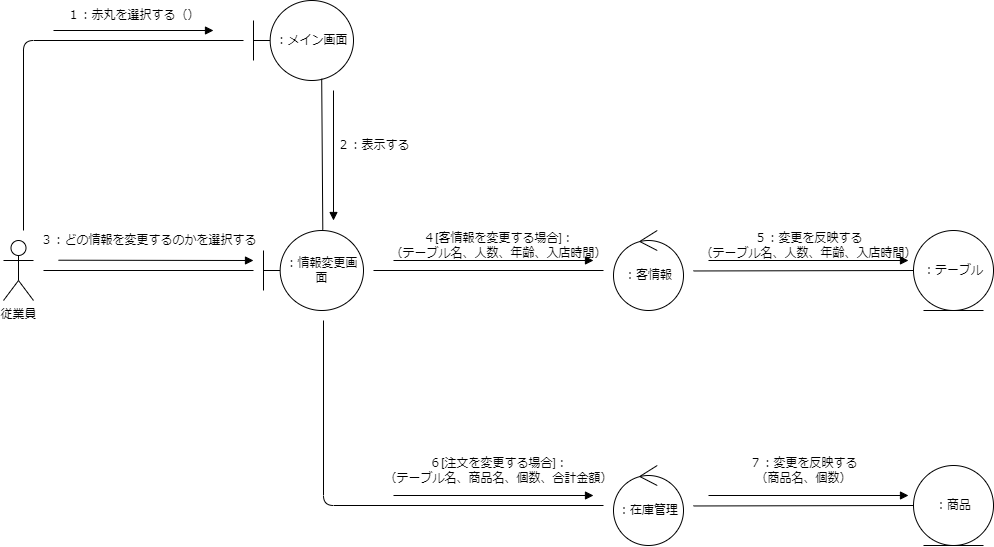
MasakiHiguchi/--- keeps this draw.io diagram as psp4/コミュニケーション図/コミュニケーション図_情報変更.drawio.png. Above is the earlier version. Source tidied: cells renumbered, new cells last; positions are measured from the earlier drawing's top-left corner, leaving out a move shared by most shapes. Source of this version:
```xml
<mxGraphModel>
  <root>
    <mxCell id="0" />
    <mxCell id="1" parent="0" />
    <mxCell id="2" style="edgeStyle=none;html=1;endArrow=none;endFill=0;" parent="1" edge="1">
      <mxGeometry relative="1" as="geometry">
        <mxPoint x="20" y="230" as="sourcePoint" />
        <mxPoint x="240" y="40" as="targetPoint" />
        <Array as="points">
          <mxPoint x="20" y="40" />
        </Array>
      </mxGeometry>
    </mxCell>
    <mxCell id="3" style="edgeStyle=none;html=1;endArrow=none;endFill=0;" parent="1" edge="1">
      <mxGeometry relative="1" as="geometry">
        <mxPoint x="40" y="270" as="sourcePoint" />
        <mxPoint x="250" y="270" as="targetPoint" />
      </mxGeometry>
    </mxCell>
    <mxCell id="4" value="従業員" style="shape=umlActor;verticalLabelPosition=bottom;verticalAlign=top;html=1;" parent="1" vertex="1">
      <mxGeometry y="240" width="30" height="60" as="geometry" />
    </mxCell>
    <mxCell id="5" value="：メイン画面" style="shape=umlBoundary;whiteSpace=wrap;html=1;" parent="1" vertex="1">
      <mxGeometry x="250" width="100" height="80" as="geometry" />
    </mxCell>
    <mxCell id="6" value="：客情報" style="ellipse;shape=umlControl;whiteSpace=wrap;html=1;" parent="1" vertex="1">
      <mxGeometry x="610" y="230" width="70" height="80" as="geometry" />
    </mxCell>
    <mxCell id="7" style="edgeStyle=none;html=1;exitX=0;exitY=0.5;exitDx=0;exitDy=0;endArrow=none;endFill=0;" parent="1" edge="1" source="8">
      <mxGeometry relative="1" as="geometry">
        <mxPoint x="690" y="270.5" as="targetPoint" />
      </mxGeometry>
    </mxCell>
    <mxCell id="8" value="：テーブル" style="ellipse;shape=umlEntity;whiteSpace=wrap;html=1;" parent="1" vertex="1">
      <mxGeometry x="910" y="230" width="80" height="80" as="geometry" />
    </mxCell>
    <mxCell id="9" value="１：赤丸を選択する（）" style="text;html=1;align=center;verticalAlign=middle;strokeColor=none;fillColor=none;" parent="1" vertex="1">
      <mxGeometry x="50" width="160" height="30" as="geometry" />
    </mxCell>
    <mxCell id="10" value="：情報変更画面" style="shape=umlBoundary;whiteSpace=wrap;html=1;" parent="1" vertex="1">
      <mxGeometry x="260" y="230" width="100" height="80" as="geometry" />
    </mxCell>
    <mxCell id="11" style="edgeStyle=none;html=1;endArrow=none;endFill=0;exitX=0.682;exitY=0.977;exitDx=0;exitDy=0;exitPerimeter=0;entryX=0.593;entryY=-0.009;entryDx=0;entryDy=0;entryPerimeter=0;" parent="1" edge="1" source="5" target="10">
      <mxGeometry relative="1" as="geometry" />
    </mxCell>
    <mxCell id="12" style="endArrow=block;html=1;endFill=1;" parent="1" edge="1">
      <mxGeometry relative="1" as="geometry">
        <mxPoint x="50" y="30" as="sourcePoint" />
        <mxPoint x="210" y="30" as="targetPoint" />
      </mxGeometry>
    </mxCell>
    <mxCell id="13" style="endArrow=block;html=1;endFill=1;" parent="1" edge="1">
      <mxGeometry relative="1" as="geometry">
        <mxPoint x="330" y="90" as="sourcePoint" />
        <mxPoint x="330" y="220" as="targetPoint" />
      </mxGeometry>
    </mxCell>
    <mxCell id="14" value="２：表示する" style="text;html=1;align=center;verticalAlign=middle;strokeColor=none;fillColor=none;" parent="1" vertex="1">
      <mxGeometry x="320" y="130" width="100" height="30" as="geometry" />
    </mxCell>
    <mxCell id="15" value="３：どの情報を変更するのかを選択する" style="text;html=1;align=center;verticalAlign=middle;strokeColor=none;fillColor=none;" parent="1" vertex="1">
      <mxGeometry x="25" y="225" width="240" height="30" as="geometry" />
    </mxCell>
    <mxCell id="16" style="endArrow=block;html=1;endFill=1;" parent="1" edge="1">
      <mxGeometry relative="1" as="geometry">
        <mxPoint x="55" y="259.7" as="sourcePoint" />
        <mxPoint x="250" y="260" as="targetPoint" />
      </mxGeometry>
    </mxCell>
    <mxCell id="17" style="edgeStyle=none;html=1;endArrow=none;endFill=0;" parent="1" edge="1">
      <mxGeometry relative="1" as="geometry">
        <mxPoint x="370" y="270" as="sourcePoint" />
        <mxPoint x="600" y="270" as="targetPoint" />
      </mxGeometry>
    </mxCell>
    <mxCell id="18" style="endArrow=block;html=1;endFill=1;" parent="1" edge="1">
      <mxGeometry relative="1" as="geometry">
        <mxPoint x="390" y="260" as="sourcePoint" />
        <mxPoint x="590" y="260" as="targetPoint" />
      </mxGeometry>
    </mxCell>
    <mxCell id="19" value="４[客情報を変更する場合]：&lt;br&gt;（テーブル名、人数、年齢、入店時間）" style="text;html=1;align=center;verticalAlign=middle;strokeColor=none;fillColor=none;" parent="1" vertex="1">
      <mxGeometry x="375" y="225" width="240" height="40" as="geometry" />
    </mxCell>
    <mxCell id="20" value="５：変更を反映する&lt;br&gt;（テーブル名、人数、年齢、入店時間）" style="text;html=1;align=center;verticalAlign=middle;strokeColor=none;fillColor=none;" parent="1" vertex="1">
      <mxGeometry x="685" y="225" width="240" height="40" as="geometry" />
    </mxCell>
    <mxCell id="21" style="endArrow=block;html=1;endFill=1;" parent="1" edge="1">
      <mxGeometry relative="1" as="geometry">
        <mxPoint x="705" y="260" as="sourcePoint" />
        <mxPoint x="905" y="260" as="targetPoint" />
      </mxGeometry>
    </mxCell>
    <mxCell id="22" value="：在庫管理" style="ellipse;shape=umlControl;whiteSpace=wrap;html=1;" parent="1" vertex="1">
      <mxGeometry x="610" y="465" width="70" height="80" as="geometry" />
    </mxCell>
    <mxCell id="23" style="edgeStyle=none;html=1;exitX=0;exitY=0.5;exitDx=0;exitDy=0;endArrow=none;endFill=0;" parent="1" edge="1" source="24">
      <mxGeometry relative="1" as="geometry">
        <mxPoint x="690" y="505.5" as="targetPoint" />
      </mxGeometry>
    </mxCell>
    <mxCell id="24" value="：商品" style="ellipse;shape=umlEntity;whiteSpace=wrap;html=1;" parent="1" vertex="1">
      <mxGeometry x="910" y="465" width="80" height="80" as="geometry" />
    </mxCell>
    <mxCell id="25" style="edgeStyle=none;html=1;endArrow=none;endFill=0;" parent="1" edge="1">
      <mxGeometry relative="1" as="geometry">
        <mxPoint x="320" y="320" as="sourcePoint" />
        <mxPoint x="600" y="505" as="targetPoint" />
        <Array as="points">
          <mxPoint x="320" y="505" />
        </Array>
      </mxGeometry>
    </mxCell>
    <mxCell id="26" style="endArrow=block;html=1;endFill=1;" parent="1" edge="1">
      <mxGeometry relative="1" as="geometry">
        <mxPoint x="390" y="495" as="sourcePoint" />
        <mxPoint x="590" y="495" as="targetPoint" />
      </mxGeometry>
    </mxCell>
    <mxCell id="27" value="６[注文を変更する場合]：&lt;br&gt;（テーブル名、商品名、個数、合計金額）" style="text;html=1;align=center;verticalAlign=middle;strokeColor=none;fillColor=none;" parent="1" vertex="1">
      <mxGeometry x="370" y="450" width="250" height="40" as="geometry" />
    </mxCell>
    <mxCell id="28" value="７：変更を反映する&lt;br&gt;（商品名、個数）" style="text;html=1;align=center;verticalAlign=middle;strokeColor=none;fillColor=none;" parent="1" vertex="1">
      <mxGeometry x="735" y="450" width="130" height="40" as="geometry" />
    </mxCell>
    <mxCell id="29" style="endArrow=block;html=1;endFill=1;" parent="1" edge="1">
      <mxGeometry relative="1" as="geometry">
        <mxPoint x="705" y="495" as="sourcePoint" />
        <mxPoint x="905" y="495" as="targetPoint" />
      </mxGeometry>
    </mxCell>
  </root>
</mxGraphModel>
```
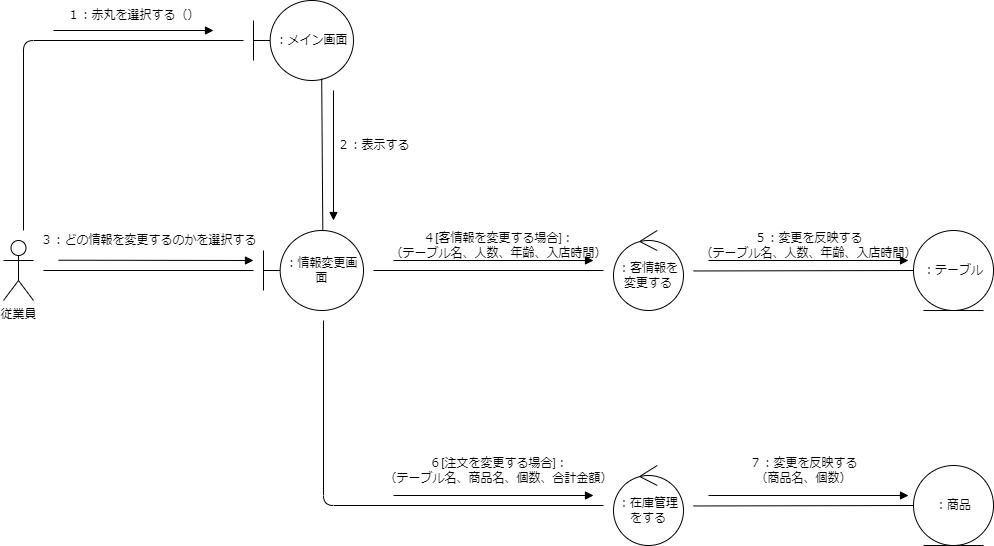
The same file after the commit.

What changed in the source:
```diff
@@ -23,7 +23,7 @@
     <mxCell id="5" value="：メイン画面" style="shape=umlBoundary;whiteSpace=wrap;html=1;" parent="1" vertex="1">
       <mxGeometry x="250" width="100" height="80" as="geometry" />
     </mxCell>
-    <mxCell id="6" value="：客情報" style="ellipse;shape=umlControl;whiteSpace=wrap;html=1;" parent="1" vertex="1">
+    <mxCell id="6" value="：客情報を変更する" style="ellipse;shape=umlControl;whiteSpace=wrap;html=1;" parent="1" vertex="1">
       <mxGeometry x="610" y="230" width="70" height="80" as="geometry" />
     </mxCell>
     <mxCell id="7" style="edgeStyle=none;html=1;exitX=0;exitY=0.5;exitDx=0;exitDy=0;endArrow=none;endFill=0;" parent="1" edge="1" source="8">
@@ -91,7 +91,7 @@
         <mxPoint x="905" y="260" as="targetPoint" />
       </mxGeometry>
     </mxCell>
-    <mxCell id="22" value="：在庫管理" style="ellipse;shape=umlControl;whiteSpace=wrap;html=1;" parent="1" vertex="1">
+    <mxCell id="22" value="：在庫管理をする" style="ellipse;shape=umlControl;whiteSpace=wrap;html=1;" parent="1" vertex="1">
       <mxGeometry x="610" y="465" width="70" height="80" as="geometry" />
     </mxCell>
     <mxCell id="23" style="edgeStyle=none;html=1;exitX=0;exitY=0.5;exitDx=0;exitDy=0;endArrow=none;endFill=0;" parent="1" edge="1" source="24">
```
